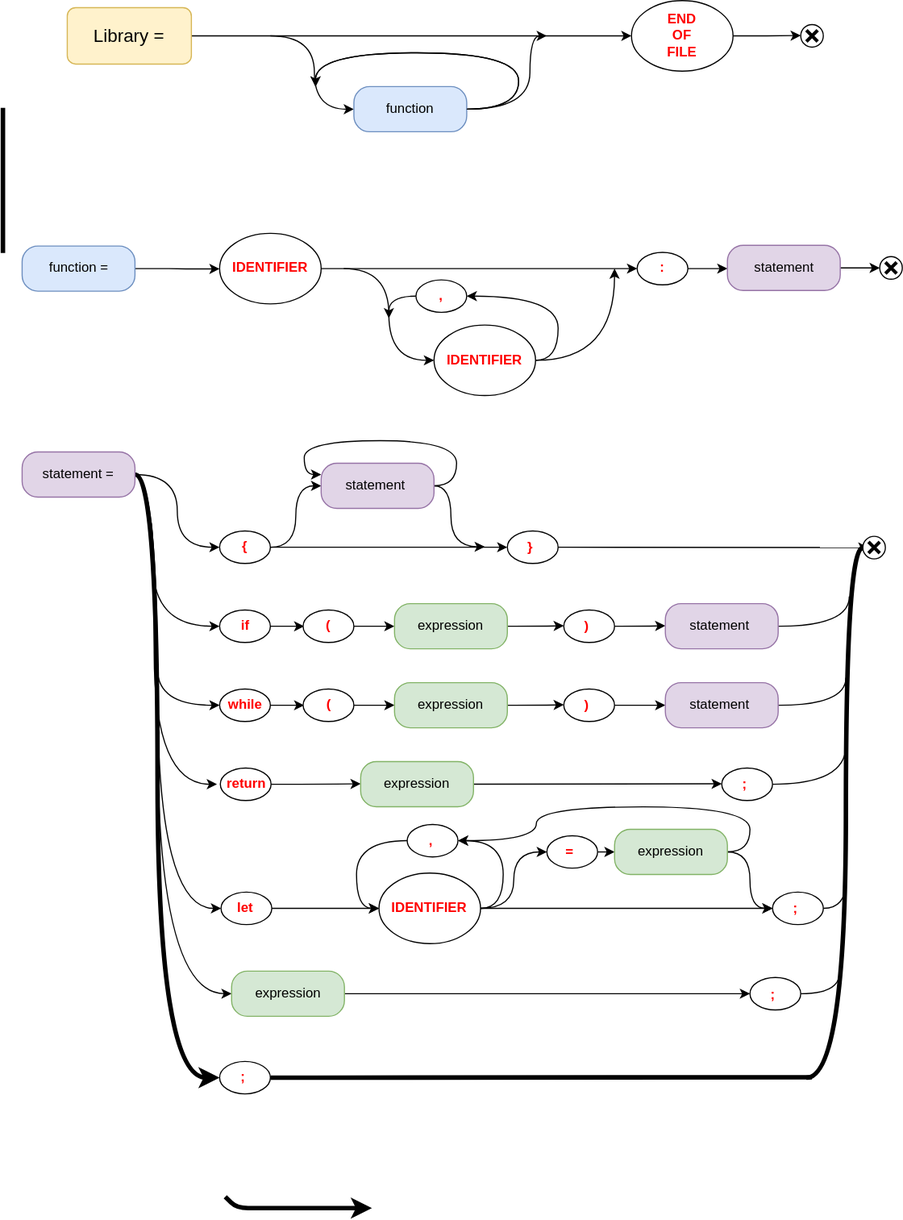
The draw.io diagram Project Structure/Structure.svg in kamilkow1123/simple-compiler, before a commit. Source tidied: cells renumbered, new cells last; positions are measured from the earlier drawing's top-left corner, leaving out a move shared by most shapes.
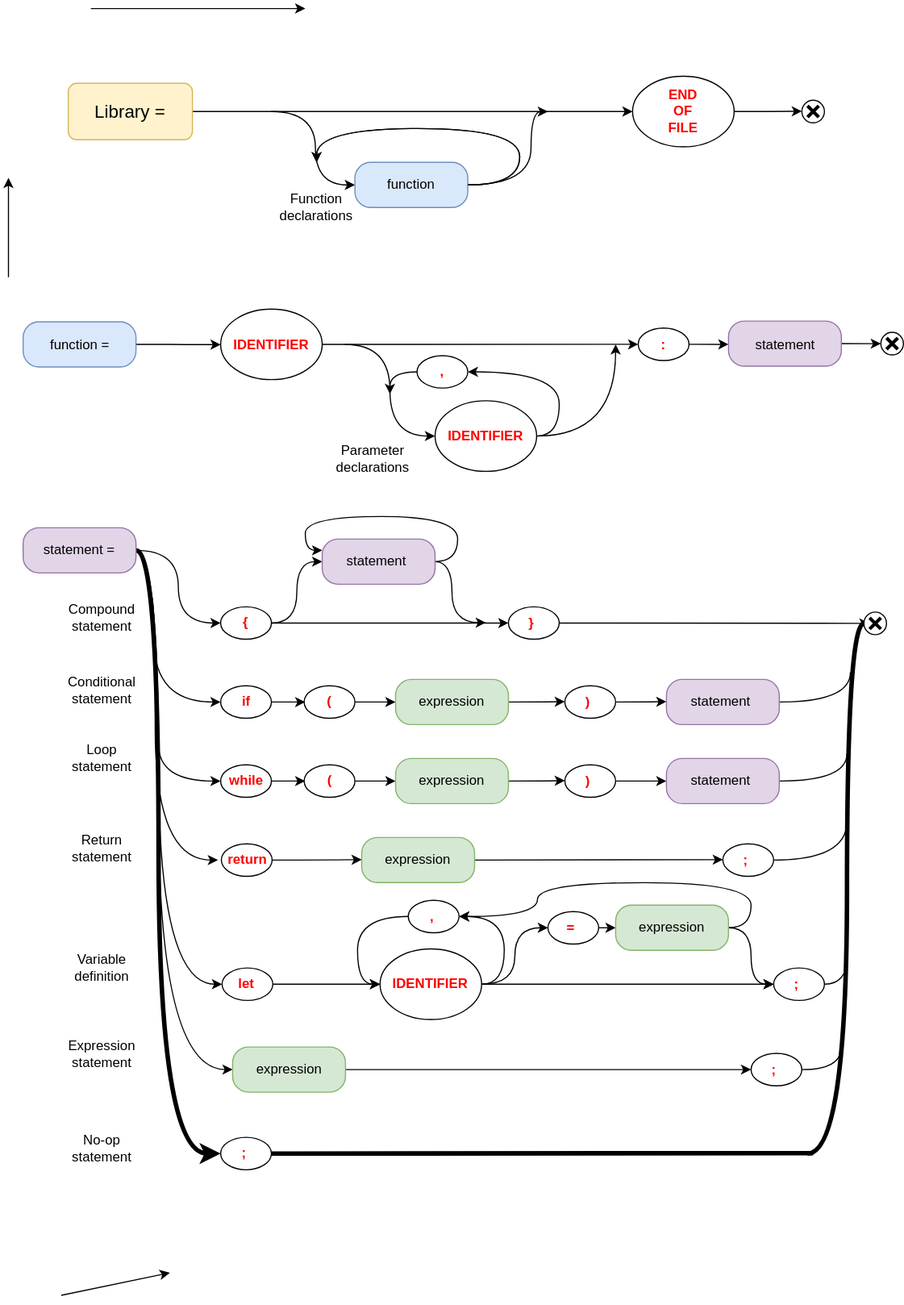
Above is the later version.

Change to the diagram source:
```diff
@@ -511,20 +511,50 @@
         </Array>
       </mxGeometry>
     </mxCell>
-    <mxCell id="130" style="endArrow=none;html=1;strokeWidth=4;endFill=0;" parent="1" edge="1">
-      <mxGeometry relative="1" as="geometry">
-        <mxPoint y="95" as="sourcePoint" />
-        <mxPoint y="223.8" as="targetPoint" />
-      </mxGeometry>
-    </mxCell>
-    <mxCell id="131" style="endArrow=classic;html=1;strokeWidth=4;" parent="1" edge="1">
-      <mxGeometry relative="1" as="geometry">
-        <mxPoint x="197" y="1060" as="sourcePoint" />
-        <mxPoint x="327" y="1070" as="targetPoint" />
-        <Array as="points">
-          <mxPoint x="207.2" y="1070" />
-        </Array>
-      </mxGeometry>
-    </mxCell>
+    <mxCell id="132" style="endArrow=classic;html=1;" parent="1" edge="1">
+      <mxGeometry relative="1" as="geometry">
+        <mxPoint x="4" y="178" as="sourcePoint" />
+        <mxPoint x="4" y="90" as="targetPoint" />
+      </mxGeometry>
+    </mxCell>
+    <mxCell id="133" style="endArrow=classic;html=1;" parent="1" edge="1">
+      <mxGeometry relative="1" as="geometry">
+        <mxPoint x="77" y="-60" as="sourcePoint" />
+        <mxPoint x="267" y="-60" as="targetPoint" />
+      </mxGeometry>
+    </mxCell>
+    <mxCell id="134" style="endArrow=classic;html=1;" parent="1" edge="1">
+      <mxGeometry relative="1" as="geometry">
+        <mxPoint x="50.8" y="1080" as="sourcePoint" />
+        <mxPoint x="147" y="1060" as="targetPoint" />
+      </mxGeometry>
+    </mxCell>
+    <mxCell id="135" value="Function&lt;br&gt;declarations" style="text;html=1;strokeColor=none;fillColor=none;align=center;verticalAlign=middle;whiteSpace=wrap;rounded=0;" parent="1" vertex="1">
+      <mxGeometry x="257" y="106.2" width="40" height="20" as="geometry" />
+    </mxCell>
+    <mxCell id="136" value="Parameter&lt;br&gt;declarations" style="text;html=1;strokeColor=none;fillColor=none;align=center;verticalAlign=middle;whiteSpace=wrap;rounded=0;" parent="1" vertex="1">
+      <mxGeometry x="307" y="328.8" width="40" height="20" as="geometry" />
+    </mxCell>
+    <mxCell id="137" value="Compound&lt;br&gt;statement" style="text;html=1;strokeColor=none;fillColor=none;align=center;verticalAlign=middle;whiteSpace=wrap;rounded=0;" parent="1" vertex="1">
+      <mxGeometry x="67" y="470" width="40" height="20" as="geometry" />
+    </mxCell>
+    <mxCell id="138" value="Conditional&lt;br&gt;statement" style="text;html=1;strokeColor=none;fillColor=none;align=center;verticalAlign=middle;whiteSpace=wrap;rounded=0;" parent="1" vertex="1">
+      <mxGeometry x="67" y="534.4" width="40" height="20" as="geometry" />
+    </mxCell>
+    <mxCell id="139" value="Loop&lt;br&gt;statement" style="text;html=1;strokeColor=none;fillColor=none;align=center;verticalAlign=middle;whiteSpace=wrap;rounded=0;" parent="1" vertex="1">
+      <mxGeometry x="67" y="594.4" width="40" height="20" as="geometry" />
+    </mxCell>
+    <mxCell id="140" value="Return&lt;br&gt;statement" style="text;html=1;strokeColor=none;fillColor=none;align=center;verticalAlign=middle;whiteSpace=wrap;rounded=0;" parent="1" vertex="1">
+      <mxGeometry x="67" y="674.4" width="40" height="20" as="geometry" />
+    </mxCell>
+    <mxCell id="141" value="Variable&lt;br&gt;definition" style="text;html=1;strokeColor=none;fillColor=none;align=center;verticalAlign=middle;whiteSpace=wrap;rounded=0;" parent="1" vertex="1">
+      <mxGeometry x="67" y="780" width="40" height="20" as="geometry" />
+    </mxCell>
+    <mxCell id="142" value="Expression&lt;br&gt;statement" style="text;html=1;strokeColor=none;fillColor=none;align=center;verticalAlign=middle;whiteSpace=wrap;rounded=0;" parent="1" vertex="1">
+      <mxGeometry x="67" y="855.6" width="40" height="20" as="geometry" />
+    </mxCell>
+    <mxCell id="143" value="No-op&lt;br&gt;statement" style="text;html=1;strokeColor=none;fillColor=none;align=center;verticalAlign=middle;whiteSpace=wrap;rounded=0;" parent="1" vertex="1">
+      <mxGeometry x="67" y="940" width="40" height="20" as="geometry" />
+    </mxCell>
   </root>
 </mxGraphModel>
```
